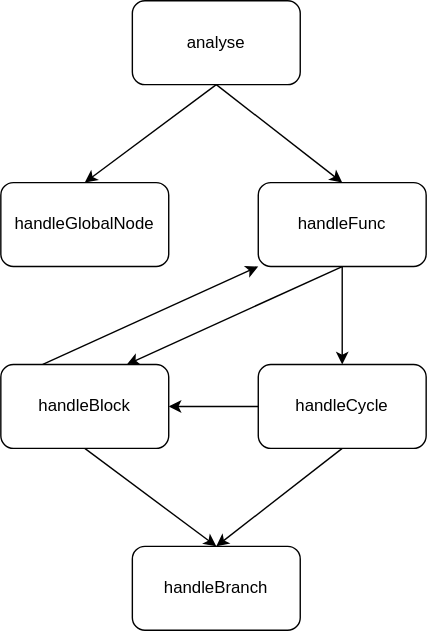
The draw.io diagram SSE-call-graph.svg in JoelYYoung/pics, before a commit. Source tidied: cells renumbered, new cells last; positions are measured from the earlier drawing's top-left corner, leaving out a move shared by most shapes.
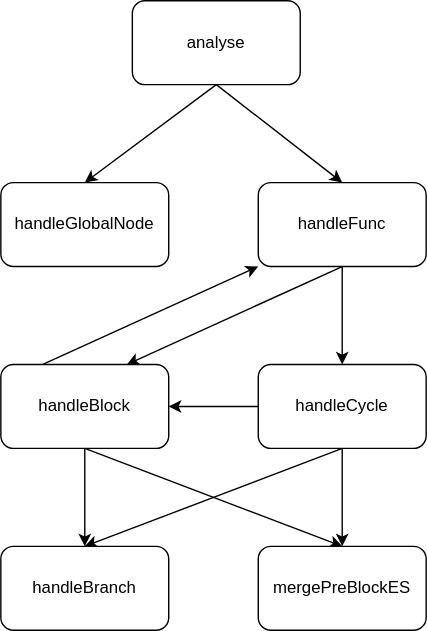
After the change.

The edit, as a diff of the source:
```diff
@@ -29,6 +29,9 @@
     <mxCell id="10" style="edgeStyle=none;html=1;exitX=0.5;exitY=1;exitDx=0;exitDy=0;entryX=0.5;entryY=0;entryDx=0;entryDy=0;" parent="1" edge="1" source="11" target="15">
       <mxGeometry relative="1" as="geometry" />
     </mxCell>
+    <mxCell id="16" style="edgeStyle=none;html=1;exitX=0.5;exitY=1;exitDx=0;exitDy=0;entryX=0.5;entryY=0;entryDx=0;entryDy=0;" parent="1" edge="1" source="11" target="18">
+      <mxGeometry relative="1" as="geometry" />
+    </mxCell>
     <mxCell id="11" value="handleBlock" style="rounded=1;whiteSpace=wrap;html=1;" parent="1" vertex="1">
       <mxGeometry y="260" width="120" height="60" as="geometry" />
     </mxCell>
@@ -38,11 +41,17 @@
     <mxCell id="13" style="edgeStyle=none;html=1;exitX=0.5;exitY=1;exitDx=0;exitDy=0;entryX=0.5;entryY=0;entryDx=0;entryDy=0;" parent="1" edge="1" source="14" target="15">
       <mxGeometry relative="1" as="geometry" />
     </mxCell>
+    <mxCell id="17" style="edgeStyle=none;html=1;exitX=0.5;exitY=1;exitDx=0;exitDy=0;entryX=0.5;entryY=0;entryDx=0;entryDy=0;" parent="1" edge="1" source="14" target="18">
+      <mxGeometry relative="1" as="geometry" />
+    </mxCell>
     <mxCell id="14" value="handleCycle" style="rounded=1;whiteSpace=wrap;html=1;" parent="1" vertex="1">
       <mxGeometry x="184" y="260" width="120" height="60" as="geometry" />
     </mxCell>
     <mxCell id="15" value="handleBranch" style="rounded=1;whiteSpace=wrap;html=1;" parent="1" vertex="1">
-      <mxGeometry x="94" y="390" width="120" height="60" as="geometry" />
+      <mxGeometry y="390" width="120" height="60" as="geometry" />
     </mxCell>
+    <mxCell id="18" value="mergePreBlockES" style="rounded=1;whiteSpace=wrap;html=1;" parent="1" vertex="1">
+      <mxGeometry x="184" y="390" width="120" height="60" as="geometry" />
+    </mxCell>
   </root>
 </mxGraphModel>
```
